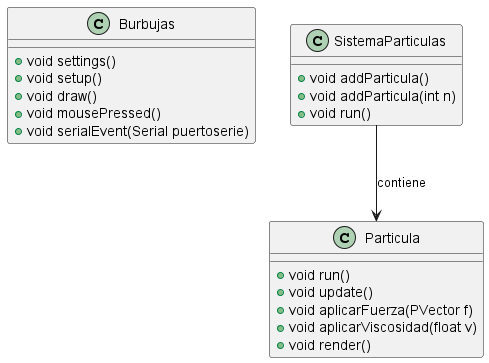
The PlantUML diagram doc/classes_processing.png in uma-dte-docencia/burbujas, before a commit.
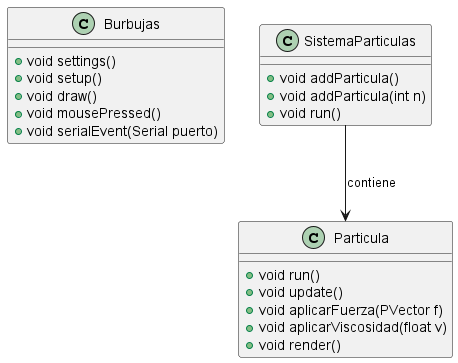
After the commit.

Diff of the diagram source:
```diff
@@ -5,7 +5,7 @@
     +void setup()
     +void draw()
     +void mousePressed()
-    +void serialEvent(Serial puertoserie)
+    +void serialEvent(Serial puerto)
 }
 
 class Particula {
```
